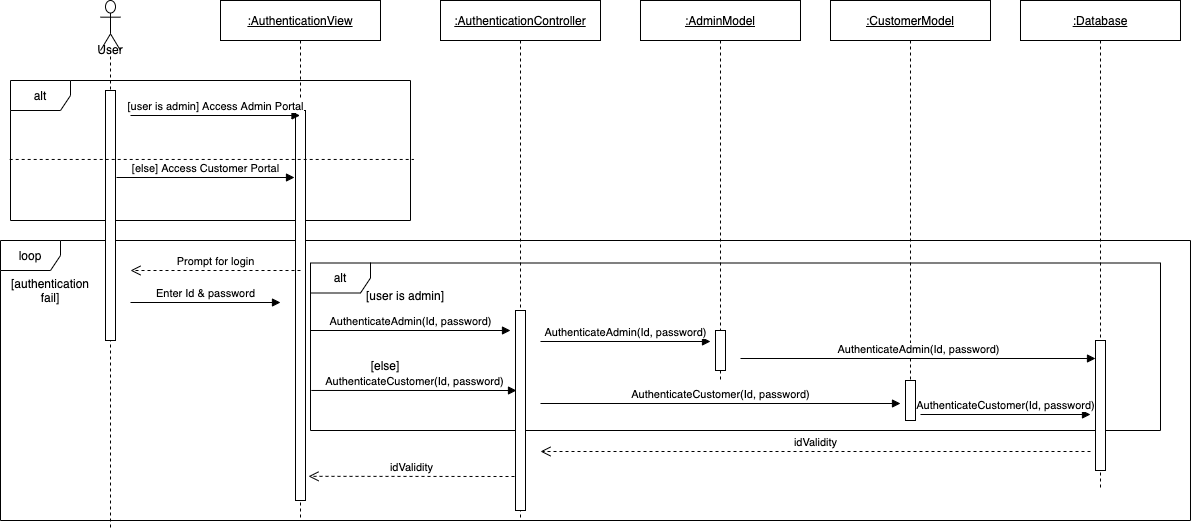
mclhtay/CS4471 keeps this draw.io diagram as Diagrams/Sequence/Authentication.png. Above is the earlier version. Source tidied: cells renumbered, new cells last; positions are measured from the earlier drawing's top-left corner, leaving out a move shared by most shapes.
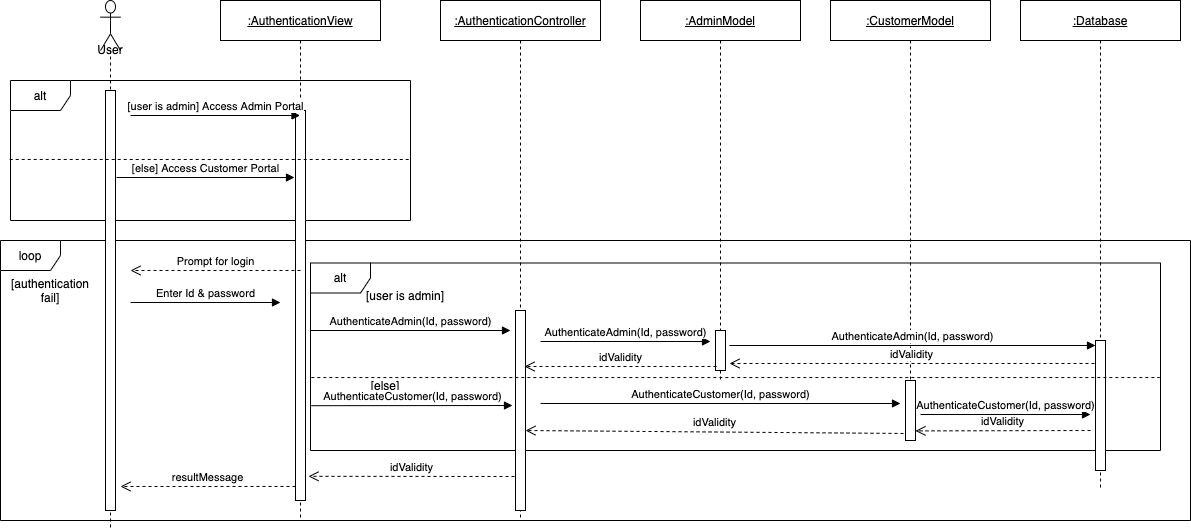
Above is the later version.

What changed in the source:
```diff
@@ -6,13 +6,13 @@
       <mxGeometry y="240" width="1190" height="280" as="geometry" />
     </mxCell>
     <mxCell id="3" value="alt" style="shape=umlFrame;whiteSpace=wrap;html=1;" parent="1" vertex="1">
-      <mxGeometry x="310" y="262.5" width="850" height="167.5" as="geometry" />
+      <mxGeometry x="310" y="262.5" width="850" height="187.5" as="geometry" />
     </mxCell>
     <mxCell id="4" value="&lt;u&gt;:CustomerModel&lt;/u&gt;" style="shape=umlLifeline;perimeter=lifelinePerimeter;whiteSpace=wrap;html=1;" parent="1" vertex="1">
-      <mxGeometry x="830" width="160" height="420" as="geometry" />
+      <mxGeometry x="830" width="160" height="440" as="geometry" />
     </mxCell>
     <mxCell id="5" style="html=1;points=[];perimeter=orthogonalPerimeter;" parent="4" vertex="1">
-      <mxGeometry x="75" y="380" width="10" height="40" as="geometry" />
+      <mxGeometry x="75" y="380" width="10" height="60" as="geometry" />
     </mxCell>
     <mxCell id="6" value="alt" style="shape=umlFrame;whiteSpace=wrap;html=1;" parent="1" vertex="1">
       <mxGeometry x="10" y="80" width="400" height="140" as="geometry" />
@@ -27,7 +27,7 @@
       <mxGeometry x="100" width="20" height="530" as="geometry" />
     </mxCell>
     <mxCell id="10" style="html=1;perimeter=orthogonalPerimeter;" parent="9" vertex="1">
-      <mxGeometry x="5" y="90" width="10" height="250" as="geometry" />
+      <mxGeometry x="5" y="90" width="10" height="420" as="geometry" />
     </mxCell>
     <mxCell id="11" value="&lt;u&gt;:AuthenticationController&lt;/u&gt;" style="shape=umlLifeline;perimeter=lifelinePerimeter;whiteSpace=wrap;html=1;" parent="1" vertex="1">
       <mxGeometry x="440" width="160" height="520" as="geometry" />
@@ -55,8 +55,10 @@
         <mxPoint x="130" y="115" as="sourcePoint" />
       </mxGeometry>
     </mxCell>
-    <mxCell id="19" style="endArrow=none;dashed=1;html=1;exitX=-0.002;exitY=0.564;exitDx=0;exitDy=0;exitPerimeter=0;entryX=1.008;entryY=0.564;entryDx=0;entryDy=0;entryPerimeter=0;" parent="1" edge="1" source="6" target="6">
-      <mxGeometry relative="1" as="geometry" />
+    <mxCell id="19" style="endArrow=none;dashed=1;html=1;exitX=-0.002;exitY=0.564;exitDx=0;exitDy=0;exitPerimeter=0;" parent="1" edge="1" source="6">
+      <mxGeometry relative="1" as="geometry">
+        <mxPoint x="410" y="159" as="targetPoint" />
+      </mxGeometry>
     </mxCell>
     <mxCell id="20" value="[else] Access Customer Portal" style="html=1;verticalAlign=bottom;endArrow=block;" parent="1" edge="1">
       <mxGeometry relative="1" as="geometry">
@@ -88,21 +90,20 @@
         <mxPoint x="710" y="341" as="targetPoint" />
       </mxGeometry>
     </mxCell>
-    <mxCell id="25" value="idValidity" style="html=1;verticalAlign=bottom;endArrow=open;dashed=1;endSize=8;" parent="1" edge="1">
+    <mxCell id="25" value="idValidity" style="html=1;verticalAlign=bottom;endArrow=open;dashed=1;endSize=8;entryX=1;entryY=0.84;entryDx=0;entryDy=0;entryPerimeter=0;" parent="1" edge="1" target="5">
       <mxGeometry relative="1" as="geometry">
-        <mxPoint x="1090" y="451" as="sourcePoint" />
-        <mxPoint x="540" y="451" as="targetPoint" />
+        <mxPoint x="1090" y="430" as="sourcePoint" />
       </mxGeometry>
     </mxCell>
     <mxCell id="26" value="[user is admin]" style="text;html=1;strokeColor=none;fillColor=none;align=center;verticalAlign=middle;whiteSpace=wrap;rounded=0;" parent="1" vertex="1">
       <mxGeometry x="360" y="290" width="90" height="10" as="geometry" />
     </mxCell>
     <mxCell id="27" value="[else]" style="text;html=1;strokeColor=none;fillColor=none;align=center;verticalAlign=middle;whiteSpace=wrap;rounded=0;" parent="1" vertex="1">
-      <mxGeometry x="340" y="360" width="90" height="10" as="geometry" />
+      <mxGeometry x="340" y="380" width="90" height="10" as="geometry" />
     </mxCell>
     <mxCell id="28" value="AuthenticateCustomer(Id, password)" style="html=1;verticalAlign=bottom;endArrow=block;exitX=0.001;exitY=0.761;exitDx=0;exitDy=0;exitPerimeter=0;" parent="1" edge="1" source="3">
       <mxGeometry relative="1" as="geometry">
-        <mxPoint x="516" y="390" as="targetPoint" />
+        <mxPoint x="512" y="405" as="targetPoint" />
       </mxGeometry>
     </mxCell>
     <mxCell id="29" value="AuthenticateCustomer(Id, password)" style="html=1;verticalAlign=bottom;endArrow=block;" parent="1" edge="1">
@@ -116,10 +117,8 @@
         <mxPoint x="514" y="476" as="sourcePoint" />
       </mxGeometry>
     </mxCell>
-    <mxCell id="31" value="AuthenticateAdmin(Id, password)" style="html=1;verticalAlign=bottom;endArrow=block;" parent="1" edge="1" target="16">
-      <mxGeometry relative="1" as="geometry">
-        <mxPoint x="740" y="358" as="sourcePoint" />
-      </mxGeometry>
+    <mxCell id="31" value="AuthenticateAdmin(Id, password)" style="html=1;verticalAlign=bottom;endArrow=block;exitX=1.4;exitY=0.375;exitDx=0;exitDy=0;exitPerimeter=0;" parent="1" edge="1" source="14" target="16">
+      <mxGeometry relative="1" as="geometry" />
     </mxCell>
     <mxCell id="32" value="AuthenticateCustomer(Id, password)" style="html=1;verticalAlign=bottom;endArrow=block;" parent="1" edge="1">
       <mxGeometry relative="1" as="geometry">
@@ -127,5 +126,24 @@
         <mxPoint x="1090" y="414" as="targetPoint" />
       </mxGeometry>
     </mxCell>
+    <mxCell id="33" value="resultMessage" style="html=1;verticalAlign=bottom;endArrow=open;dashed=1;endSize=8;exitX=0;exitY=0.964;exitDx=0;exitDy=0;exitPerimeter=0;" parent="1" edge="1" source="8">
+      <mxGeometry relative="1" as="geometry">
+        <mxPoint x="120" y="486" as="targetPoint" />
+      </mxGeometry>
+    </mxCell>
+    <mxCell id="34" value="idValidity" style="html=1;verticalAlign=bottom;endArrow=open;dashed=1;endSize=8;entryX=1.4;entryY=0.825;entryDx=0;entryDy=0;entryPerimeter=0;" parent="1" edge="1" target="14">
+      <mxGeometry relative="1" as="geometry">
+        <mxPoint x="1094" y="363" as="sourcePoint" />
+      </mxGeometry>
+    </mxCell>
+    <mxCell id="35" value="idValidity" style="html=1;verticalAlign=bottom;endArrow=open;dashed=1;endSize=8;entryX=0.9;entryY=0.28;entryDx=0;entryDy=0;entryPerimeter=0;exitX=0.1;exitY=0.9;exitDx=0;exitDy=0;exitPerimeter=0;" parent="1" edge="1" source="14" target="12">
+      <mxGeometry relative="1" as="geometry" />
+    </mxCell>
+    <mxCell id="36" value="idValidity" style="html=1;verticalAlign=bottom;endArrow=open;dashed=1;endSize=8;entryX=1;entryY=0.6;entryDx=0;entryDy=0;entryPerimeter=0;exitX=-0.2;exitY=0.883;exitDx=0;exitDy=0;exitPerimeter=0;" parent="1" edge="1" source="5" target="12">
+      <mxGeometry relative="1" as="geometry" />
+    </mxCell>
+    <mxCell id="37" style="endArrow=none;dashed=1;html=1;exitX=0.001;exitY=0.611;exitDx=0;exitDy=0;exitPerimeter=0;entryX=0.999;entryY=0.611;entryDx=0;entryDy=0;entryPerimeter=0;" parent="1" edge="1" source="3" target="3">
+      <mxGeometry relative="1" as="geometry" />
+    </mxCell>
   </root>
 </mxGraphModel>
```
